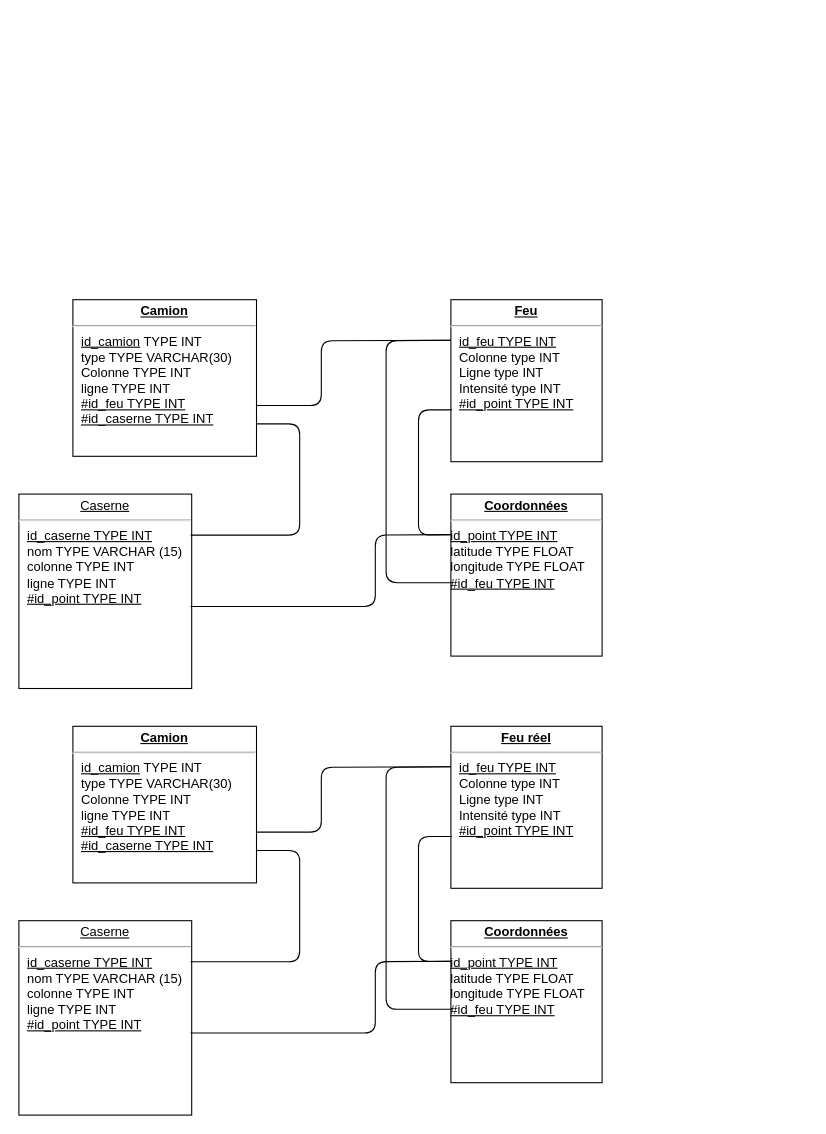
Above: Archi_Schema/Schema_BDD.drawio in SimSua/projet_transversal (draw.io), before the change. Source tidied: cells renumbered, new cells numbered last; positions are measured from the earlier drawing's top-left corner, leaving out a move shared by most shapes. Both pictures are drawn from the tidied source at 108%, with x=0, y=0 at pixel (18, 299).
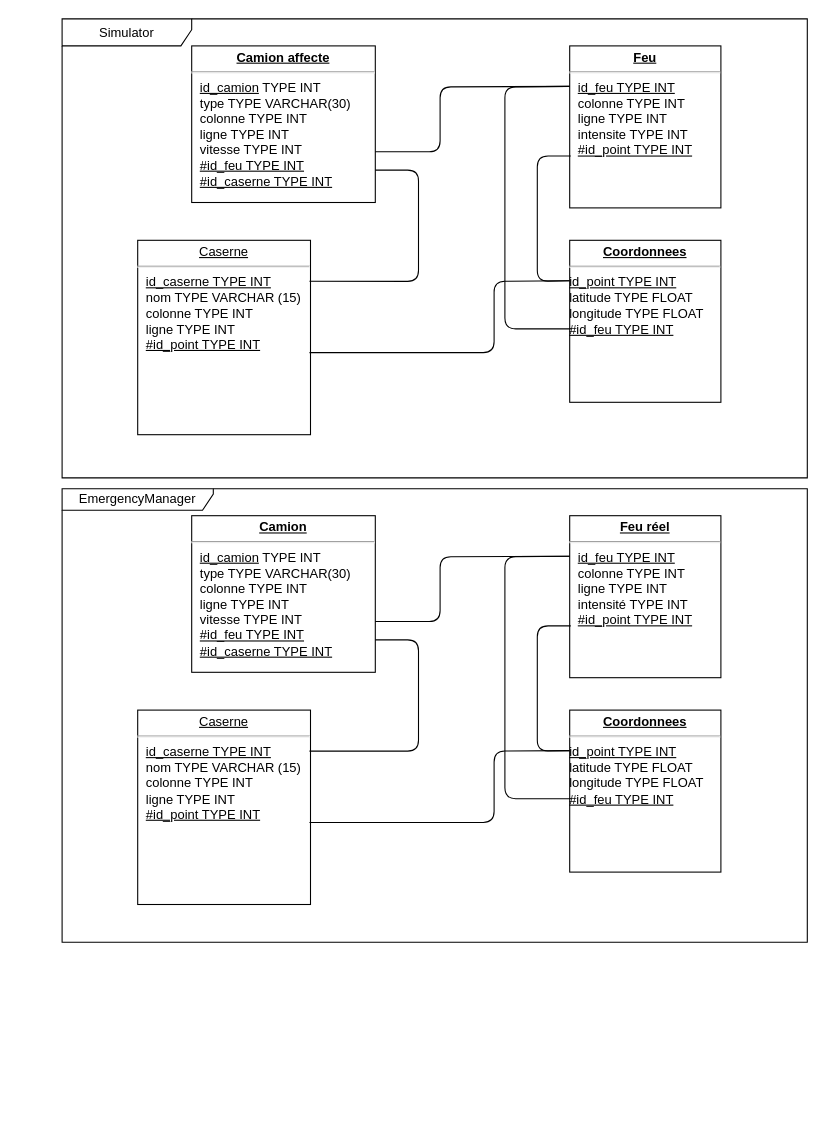
After the change.

Commit message (it also covers changes not shown here):
Add TODO + add diagramme

What changed in the source:
```diff
@@
+    <mxCell id="20" value="EmergencyManager" style="shape=umlFrame;whiteSpace=wrap;html=1;width=140;height=20;" parent="1" vertex="1">
+      <mxGeometry x="40" y="175" width="690" height="420" as="geometry" />
+    </mxCell>
+    <mxCell id="21" value="Simulator" style="shape=umlFrame;whiteSpace=wrap;html=1;width=120;height=25;" parent="1" vertex="1">
+      <mxGeometry x="40" y="-260" width="690" height="425" as="geometry" />
+    </mxCell>
-    <mxCell id="2" value="&lt;p style=&quot;margin: 0px ; margin-top: 4px ; text-align: center ; text-decoration: underline&quot;&gt;&lt;b&gt;Camion&lt;/b&gt;&lt;/p&gt;&lt;hr&gt;&lt;p style=&quot;margin: 0px ; margin-left: 8px&quot;&gt;&lt;u&gt;id_camion&lt;/u&gt; TYPE INT&lt;br&gt;&lt;/p&gt;&lt;p style=&quot;margin: 0px ; margin-left: 8px&quot;&gt;type TYPE VARCHAR(30)&lt;/p&gt;&lt;p style=&quot;margin: 0px ; margin-left: 8px&quot;&gt;Colonne TYPE INT&lt;/p&gt;&lt;p style=&quot;margin: 0px ; margin-left: 8px&quot;&gt;ligne TYPE INT&lt;/p&gt;&lt;p style=&quot;margin: 0px ; margin-left: 8px&quot;&gt;&lt;u&gt;#id_feu TYPE INT&lt;/u&gt;&lt;/p&gt;&lt;p style=&quot;margin: 0px ; margin-left: 8px&quot;&gt;&lt;u&gt;#id_caserne TYPE INT&lt;/u&gt;&lt;br&gt;&lt;/p&gt;&lt;p style=&quot;margin: 0px ; margin-left: 8px&quot;&gt;&lt;br&gt;&lt;/p&gt;" style="verticalAlign=top;align=left;overflow=fill;fontSize=12;fontFamily=Helvetica;html=1;rounded=0;shadow=0;comic=0;labelBackgroundColor=none;strokeWidth=1;" parent="1" vertex="1">
-      <mxGeometry x="50" width="170" height="145" as="geometry" />
+    <mxCell id="2" value="&lt;p style=&quot;margin: 0px ; margin-top: 4px ; text-align: center ; text-decoration: underline&quot;&gt;&lt;b&gt;Camion affecte&lt;br&gt;&lt;/b&gt;&lt;/p&gt;&lt;hr&gt;&lt;p style=&quot;margin: 0px ; margin-left: 8px&quot;&gt;&lt;u&gt;id_camion&lt;/u&gt; TYPE INT&lt;br&gt;&lt;/p&gt;&lt;p style=&quot;margin: 0px ; margin-left: 8px&quot;&gt;type TYPE VARCHAR(30)&lt;/p&gt;&lt;p style=&quot;margin: 0px ; margin-left: 8px&quot;&gt;colonne TYPE INT&lt;/p&gt;&lt;p style=&quot;margin: 0px ; margin-left: 8px&quot;&gt;ligne TYPE INT&lt;/p&gt;&lt;p style=&quot;margin: 0px ; margin-left: 8px&quot;&gt;vitesse TYPE INT&lt;br&gt;&lt;/p&gt;&lt;p style=&quot;margin: 0px ; margin-left: 8px&quot;&gt;&lt;u&gt;#id_feu TYPE INT&lt;/u&gt;&lt;/p&gt;&lt;p style=&quot;margin: 0px ; margin-left: 8px&quot;&gt;&lt;u&gt;#id_caserne TYPE INT&lt;/u&gt;&lt;br&gt;&lt;/p&gt;&lt;p style=&quot;margin: 0px ; margin-left: 8px&quot;&gt;&lt;br&gt;&lt;/p&gt;" style="verticalAlign=top;align=left;overflow=fill;fontSize=12;fontFamily=Helvetica;html=1;rounded=0;shadow=0;comic=0;labelBackgroundColor=none;strokeWidth=1;" parent="1" vertex="1">
+      <mxGeometry x="160" y="-235" width="170" height="145" as="geometry" />
     </mxCell>
-    <mxCell id="3" value="&lt;p style=&quot;margin: 0px ; margin-top: 4px ; text-align: center ; text-decoration: underline&quot;&gt;Caserne&lt;br&gt;&lt;/p&gt;&lt;hr&gt;&lt;p style=&quot;margin: 0px ; margin-left: 8px&quot;&gt;&lt;u&gt;id_caserne TYPE INT&lt;/u&gt;&lt;/p&gt;&lt;p style=&quot;margin: 0px ; margin-left: 8px&quot;&gt;nom TYPE VARCHAR (15)&lt;/p&gt;&lt;p style=&quot;margin: 0px ; margin-left: 8px&quot;&gt;colonne TYPE INT&lt;/p&gt;&lt;p style=&quot;margin: 0px ; margin-left: 8px&quot;&gt;ligne TYPE INT&lt;/p&gt;&lt;p style=&quot;margin: 0px ; margin-left: 8px&quot;&gt;&lt;u&gt;#id_point TYPE INT&lt;/u&gt;&lt;br&gt;&lt;u&gt;&lt;/u&gt;&lt;/p&gt;&lt;p style=&quot;margin: 0px ; margin-left: 8px&quot;&gt;&lt;u&gt;&lt;/u&gt;&lt;br&gt;&lt;/p&gt;" style="verticalAlign=top;align=left;overflow=fill;fontSize=12;fontFamily=Helvetica;html=1;rounded=0;shadow=0;comic=0;labelBackgroundColor=none;strokeWidth=1;" parent="1" vertex="1">
-      <mxGeometry y="180" width="160" height="180" as="geometry" />
+    <mxCell id="3" value="&lt;p style=&quot;margin: 0px ; margin-top: 4px ; text-align: center ; text-decoration: underline&quot;&gt;Caserne &lt;br&gt;&lt;/p&gt;&lt;hr&gt;&lt;p style=&quot;margin: 0px ; margin-left: 8px&quot;&gt;&lt;u&gt;id_caserne TYPE INT&lt;/u&gt;&lt;/p&gt;&lt;p style=&quot;margin: 0px ; margin-left: 8px&quot;&gt;nom TYPE VARCHAR (15)&lt;/p&gt;&lt;p style=&quot;margin: 0px ; margin-left: 8px&quot;&gt;colonne TYPE INT&lt;/p&gt;&lt;p style=&quot;margin: 0px ; margin-left: 8px&quot;&gt;ligne TYPE INT&lt;/p&gt;&lt;p style=&quot;margin: 0px ; margin-left: 8px&quot;&gt;&lt;u&gt;#id_point TYPE INT&lt;/u&gt;&lt;br&gt;&lt;u&gt;&lt;/u&gt;&lt;/p&gt;&lt;p style=&quot;margin: 0px ; margin-left: 8px&quot;&gt;&lt;u&gt;&lt;/u&gt;&lt;br&gt;&lt;/p&gt;" style="verticalAlign=top;align=left;overflow=fill;fontSize=12;fontFamily=Helvetica;html=1;rounded=0;shadow=0;comic=0;labelBackgroundColor=none;strokeWidth=1;" parent="1" vertex="1">
+      <mxGeometry x="110" y="-55" width="160" height="180" as="geometry" />
     </mxCell>
-    <mxCell id="4" value="&lt;p style=&quot;margin: 0px ; margin-top: 4px ; text-align: center ; text-decoration: underline&quot;&gt;&lt;b&gt;Feu&lt;/b&gt;&lt;br&gt;&lt;/p&gt;&lt;hr&gt;&lt;p style=&quot;margin: 0px ; margin-left: 8px&quot;&gt;&lt;u&gt;id_feu TYPE INT&lt;/u&gt;&lt;br&gt;&lt;/p&gt;&lt;p style=&quot;margin: 0px ; margin-left: 8px&quot;&gt;Colonne type INT&lt;/p&gt;&lt;p style=&quot;margin: 0px ; margin-left: 8px&quot;&gt;Ligne type INT&lt;/p&gt;&lt;p style=&quot;margin: 0px ; margin-left: 8px&quot;&gt;Intensité type INT&lt;/p&gt;&lt;p style=&quot;margin: 0px ; margin-left: 8px&quot;&gt;&lt;u&gt;#id_point TYPE INT&lt;/u&gt;&lt;br&gt;&lt;/p&gt;" style="verticalAlign=top;align=left;overflow=fill;fontSize=12;fontFamily=Helvetica;html=1;rounded=0;shadow=0;comic=0;labelBackgroundColor=none;strokeWidth=1;" parent="1" vertex="1">
-      <mxGeometry x="400" width="140" height="150" as="geometry" />
+    <mxCell id="4" value="&lt;p style=&quot;margin: 0px ; margin-top: 4px ; text-align: center ; text-decoration: underline&quot;&gt;&lt;b&gt;Feu&lt;/b&gt;&lt;br&gt;&lt;/p&gt;&lt;hr&gt;&lt;p style=&quot;margin: 0px ; margin-left: 8px&quot;&gt;&lt;u&gt;id_feu TYPE INT&lt;/u&gt;&lt;br&gt;&lt;/p&gt;&lt;p style=&quot;margin: 0px ; margin-left: 8px&quot;&gt;colonne TYPE INT&lt;/p&gt;&lt;p style=&quot;margin: 0px ; margin-left: 8px&quot;&gt;ligne TYPE INT&lt;/p&gt;&lt;p style=&quot;margin: 0px ; margin-left: 8px&quot;&gt;intensite TYPE INT&lt;/p&gt;&lt;p style=&quot;margin: 0px ; margin-left: 8px&quot;&gt;&lt;u&gt;#id_point TYPE INT&lt;/u&gt;&lt;br&gt;&lt;/p&gt;" style="verticalAlign=top;align=left;overflow=fill;fontSize=12;fontFamily=Helvetica;html=1;rounded=0;shadow=0;comic=0;labelBackgroundColor=none;strokeWidth=1;" parent="1" vertex="1">
+      <mxGeometry x="510" y="-235" width="140" height="150" as="geometry" />
     </mxCell>
-    <mxCell id="5" value="&lt;p style=&quot;margin: 0px ; margin-top: 4px ; text-align: center ; text-decoration: underline&quot;&gt;&lt;b&gt;Coordonnées&lt;/b&gt;&lt;br&gt;&lt;/p&gt;&lt;hr&gt;&lt;div&gt;&lt;u&gt;id_point TYPE INT&lt;/u&gt;&lt;/div&gt;&lt;div&gt;latitude TYPE FLOAT&lt;/div&gt;&lt;div&gt;longitude TYPE FLOAT&lt;/div&gt;&lt;div&gt;&lt;u&gt;#id_feu TYPE INT&lt;br&gt;&lt;/u&gt;&lt;/div&gt;&lt;div&gt;&lt;br&gt;&lt;/div&gt;" style="verticalAlign=top;align=left;overflow=fill;fontSize=12;fontFamily=Helvetica;html=1;rounded=0;shadow=0;comic=0;labelBackgroundColor=none;strokeWidth=1;" parent="1" vertex="1">
-      <mxGeometry x="400" y="180" width="140" height="150" as="geometry" />
+    <mxCell id="5" value="&lt;p style=&quot;margin: 0px ; margin-top: 4px ; text-align: center ; text-decoration: underline&quot;&gt;&lt;b&gt;Coordonnees&lt;/b&gt;&lt;br&gt;&lt;/p&gt;&lt;hr&gt;&lt;div&gt;&lt;u&gt;id_point TYPE INT&lt;/u&gt;&lt;/div&gt;&lt;div&gt;latitude TYPE FLOAT&lt;/div&gt;&lt;div&gt;longitude TYPE FLOAT&lt;/div&gt;&lt;div&gt;&lt;u&gt;#id_feu TYPE INT&lt;br&gt;&lt;/u&gt;&lt;/div&gt;&lt;div&gt;&lt;br&gt;&lt;/div&gt;" style="verticalAlign=top;align=left;overflow=fill;fontSize=12;fontFamily=Helvetica;html=1;rounded=0;shadow=0;comic=0;labelBackgroundColor=none;strokeWidth=1;" parent="1" vertex="1">
+      <mxGeometry x="510" y="-55" width="140" height="150" as="geometry" />
     </mxCell>
     <mxCell id="6" style="endArrow=none;html=1;entryX=0.994;entryY=0.211;entryDx=0;entryDy=0;entryPerimeter=0;" parent="1" edge="1" target="3">
       <mxGeometry relative="1" as="geometry">
-        <mxPoint x="220" y="115" as="sourcePoint" />
+        <mxPoint x="330" y="-120" as="sourcePoint" />
         <Array as="points">
-          <mxPoint x="260" y="115" />
-          <mxPoint x="260" y="218" />
+          <mxPoint x="370" y="-120" />
+          <mxPoint x="370" y="-17" />
         </Array>
       </mxGeometry>
     </mxCell>
     <mxCell id="7" style="endArrow=none;html=1;entryX=0;entryY=0.25;entryDx=0;entryDy=0;exitX=0.007;exitY=0.547;exitDx=0;exitDy=0;exitPerimeter=0;" parent="1" edge="1" source="5" target="4">
       <mxGeometry relative="1" as="geometry">
         <Array as="points">
-          <mxPoint x="340" y="262" />
-          <mxPoint x="340" y="38" />
+          <mxPoint x="450" y="27" />
+          <mxPoint x="450" y="-197" />
         </Array>
       </mxGeometry>
     </mxCell>
     <mxCell id="8" style="endArrow=none;html=1;exitX=1;exitY=0.676;exitDx=0;exitDy=0;exitPerimeter=0;entryX=0;entryY=0.25;entryDx=0;entryDy=0;" parent="1" edge="1" source="2" target="4">
       <mxGeometry relative="1" as="geometry">
         <Array as="points">
-          <mxPoint x="280" y="98" />
-          <mxPoint x="280" y="38" />
+          <mxPoint x="390" y="-137" />
+          <mxPoint x="390" y="-197" />
         </Array>
       </mxGeometry>
     </mxCell>
     <mxCell id="9" style="endArrow=none;html=1;exitX=0.994;exitY=0.578;exitDx=0;exitDy=0;exitPerimeter=0;entryX=0;entryY=0.25;entryDx=0;entryDy=0;" parent="1" edge="1" source="3" target="5">
       <mxGeometry relative="1" as="geometry">
         <Array as="points">
-          <mxPoint x="330" y="284" />
-          <mxPoint x="330" y="218" />
+          <mxPoint x="440" y="49" />
+          <mxPoint x="440" y="-17" />
         </Array>
       </mxGeometry>
     </mxCell>
     <mxCell id="10" style="endArrow=none;html=1;entryX=0;entryY=0.25;entryDx=0;entryDy=0;exitX=0.007;exitY=0.68;exitDx=0;exitDy=0;exitPerimeter=0;" parent="1" edge="1" source="4" target="5">
       <mxGeometry relative="1" as="geometry">
         <Array as="points">
-          <mxPoint x="370" y="102" />
-          <mxPoint x="370" y="218" />
+          <mxPoint x="480" y="-133" />
+          <mxPoint x="480" y="-17" />
         </Array>
       </mxGeometry>
     </mxCell>
-    <mxCell id="11" value="&lt;p style=&quot;margin: 0px ; margin-top: 4px ; text-align: center ; text-decoration: underline&quot;&gt;&lt;b&gt;Camion&lt;/b&gt;&lt;/p&gt;&lt;hr&gt;&lt;p style=&quot;margin: 0px ; margin-left: 8px&quot;&gt;&lt;u&gt;id_camion&lt;/u&gt; TYPE INT&lt;br&gt;&lt;/p&gt;&lt;p style=&quot;margin: 0px ; margin-left: 8px&quot;&gt;type TYPE VARCHAR(30)&lt;/p&gt;&lt;p style=&quot;margin: 0px ; margin-left: 8px&quot;&gt;Colonne TYPE INT&lt;/p&gt;&lt;p style=&quot;margin: 0px ; margin-left: 8px&quot;&gt;ligne TYPE INT&lt;/p&gt;&lt;p style=&quot;margin: 0px ; margin-left: 8px&quot;&gt;&lt;u&gt;#id_feu TYPE INT&lt;/u&gt;&lt;/p&gt;&lt;p style=&quot;margin: 0px ; margin-left: 8px&quot;&gt;&lt;u&gt;#id_caserne TYPE INT&lt;/u&gt;&lt;br&gt;&lt;/p&gt;&lt;p style=&quot;margin: 0px ; margin-left: 8px&quot;&gt;&lt;br&gt;&lt;/p&gt;" style="verticalAlign=top;align=left;overflow=fill;fontSize=12;fontFamily=Helvetica;html=1;rounded=0;shadow=0;comic=0;labelBackgroundColor=none;strokeWidth=1;" parent="1" vertex="1">
-      <mxGeometry x="50" y="395" width="170" height="145" as="geometry" />
+    <mxCell id="11" value="&lt;p style=&quot;margin: 0px ; margin-top: 4px ; text-align: center ; text-decoration: underline&quot;&gt;&lt;b&gt;Camion&lt;/b&gt;&lt;/p&gt;&lt;hr&gt;&lt;p style=&quot;margin: 0px ; margin-left: 8px&quot;&gt;&lt;u&gt;id_camion&lt;/u&gt; TYPE INT&lt;br&gt;&lt;/p&gt;&lt;p style=&quot;margin: 0px ; margin-left: 8px&quot;&gt;type TYPE VARCHAR(30)&lt;/p&gt;&lt;p style=&quot;margin: 0px ; margin-left: 8px&quot;&gt;colonne TYPE INT&lt;/p&gt;&lt;p style=&quot;margin: 0px ; margin-left: 8px&quot;&gt;ligne TYPE INT&lt;/p&gt;&lt;p style=&quot;margin: 0px ; margin-left: 8px&quot;&gt;vitesse TYPE INT&lt;br&gt;&lt;/p&gt;&lt;p style=&quot;margin: 0px ; margin-left: 8px&quot;&gt;&lt;u&gt;#id_feu TYPE INT&lt;/u&gt;&lt;/p&gt;&lt;p style=&quot;margin: 0px ; margin-left: 8px&quot;&gt;&lt;u&gt;#id_caserne TYPE INT&lt;/u&gt;&lt;br&gt;&lt;/p&gt;&lt;p style=&quot;margin: 0px ; margin-left: 8px&quot;&gt;&lt;br&gt;&lt;/p&gt;" style="verticalAlign=top;align=left;overflow=fill;fontSize=12;fontFamily=Helvetica;html=1;rounded=0;shadow=0;comic=0;labelBackgroundColor=none;strokeWidth=1;" parent="1" vertex="1">
+      <mxGeometry x="160" y="200" width="170" height="145" as="geometry" />
     </mxCell>
     <mxCell id="12" value="&lt;p style=&quot;margin: 0px ; margin-top: 4px ; text-align: center ; text-decoration: underline&quot;&gt;Caserne&lt;br&gt;&lt;/p&gt;&lt;hr&gt;&lt;p style=&quot;margin: 0px ; margin-left: 8px&quot;&gt;&lt;u&gt;id_caserne TYPE INT&lt;/u&gt;&lt;/p&gt;&lt;p style=&quot;margin: 0px ; margin-left: 8px&quot;&gt;nom TYPE VARCHAR (15)&lt;/p&gt;&lt;p style=&quot;margin: 0px ; margin-left: 8px&quot;&gt;colonne TYPE INT&lt;/p&gt;&lt;p style=&quot;margin: 0px ; margin-left: 8px&quot;&gt;ligne TYPE INT&lt;/p&gt;&lt;p style=&quot;margin: 0px ; margin-left: 8px&quot;&gt;&lt;u&gt;#id_point TYPE INT&lt;/u&gt;&lt;br&gt;&lt;u&gt;&lt;/u&gt;&lt;/p&gt;&lt;p style=&quot;margin: 0px ; margin-left: 8px&quot;&gt;&lt;u&gt;&lt;/u&gt;&lt;br&gt;&lt;/p&gt;" style="verticalAlign=top;align=left;overflow=fill;fontSize=12;fontFamily=Helvetica;html=1;rounded=0;shadow=0;comic=0;labelBackgroundColor=none;strokeWidth=1;" parent="1" vertex="1">
-      <mxGeometry y="575" width="160" height="180" as="geometry" />
+      <mxGeometry x="110" y="380" width="160" height="180" as="geometry" />
     </mxCell>
-    <mxCell id="13" value="&lt;p style=&quot;margin: 0px ; margin-top: 4px ; text-align: center ; text-decoration: underline&quot;&gt;&lt;b&gt;Feu réel&lt;/b&gt;&lt;br&gt;&lt;/p&gt;&lt;hr&gt;&lt;p style=&quot;margin: 0px ; margin-left: 8px&quot;&gt;&lt;u&gt;id_feu TYPE INT&lt;/u&gt;&lt;br&gt;&lt;/p&gt;&lt;p style=&quot;margin: 0px ; margin-left: 8px&quot;&gt;Colonne type INT&lt;/p&gt;&lt;p style=&quot;margin: 0px ; margin-left: 8px&quot;&gt;Ligne type INT&lt;/p&gt;&lt;p style=&quot;margin: 0px ; margin-left: 8px&quot;&gt;Intensité type INT&lt;/p&gt;&lt;p style=&quot;margin: 0px ; margin-left: 8px&quot;&gt;&lt;u&gt;#id_point TYPE INT&lt;/u&gt;&lt;br&gt;&lt;/p&gt;" style="verticalAlign=top;align=left;overflow=fill;fontSize=12;fontFamily=Helvetica;html=1;rounded=0;shadow=0;comic=0;labelBackgroundColor=none;strokeWidth=1;" parent="1" vertex="1">
-      <mxGeometry x="400" y="395" width="140" height="150" as="geometry" />
+    <mxCell id="13" value="&lt;p style=&quot;margin: 0px ; margin-top: 4px ; text-align: center ; text-decoration: underline&quot;&gt;&lt;b&gt;Feu réel&lt;/b&gt;&lt;br&gt;&lt;/p&gt;&lt;hr&gt;&lt;p style=&quot;margin: 0px ; margin-left: 8px&quot;&gt;&lt;u&gt;id_feu TYPE INT&lt;/u&gt;&lt;br&gt;&lt;/p&gt;&lt;p style=&quot;margin: 0px ; margin-left: 8px&quot;&gt;colonne TYPE INT&lt;/p&gt;&lt;p style=&quot;margin: 0px ; margin-left: 8px&quot;&gt;ligne TYPE INT&lt;/p&gt;&lt;p style=&quot;margin: 0px ; margin-left: 8px&quot;&gt;intensité TYPE INT&lt;/p&gt;&lt;p style=&quot;margin: 0px ; margin-left: 8px&quot;&gt;&lt;u&gt;#id_point TYPE INT&lt;/u&gt;&lt;br&gt;&lt;/p&gt;" style="verticalAlign=top;align=left;overflow=fill;fontSize=12;fontFamily=Helvetica;html=1;rounded=0;shadow=0;comic=0;labelBackgroundColor=none;strokeWidth=1;" parent="1" vertex="1">
+      <mxGeometry x="510" y="200" width="140" height="150" as="geometry" />
     </mxCell>
-    <mxCell id="14" value="&lt;p style=&quot;margin: 0px ; margin-top: 4px ; text-align: center ; text-decoration: underline&quot;&gt;&lt;b&gt;Coordonnées&lt;/b&gt;&lt;br&gt;&lt;/p&gt;&lt;hr&gt;&lt;div&gt;&lt;u&gt;id_point TYPE INT&lt;/u&gt;&lt;/div&gt;&lt;div&gt;latitude TYPE FLOAT&lt;/div&gt;&lt;div&gt;longitude TYPE FLOAT&lt;/div&gt;&lt;div&gt;&lt;u&gt;#id_feu TYPE INT&lt;br&gt;&lt;/u&gt;&lt;/div&gt;&lt;div&gt;&lt;br&gt;&lt;/div&gt;" style="verticalAlign=top;align=left;overflow=fill;fontSize=12;fontFamily=Helvetica;html=1;rounded=0;shadow=0;comic=0;labelBackgroundColor=none;strokeWidth=1;" parent="1" vertex="1">
-      <mxGeometry x="400" y="575" width="140" height="150" as="geometry" />
+    <mxCell id="14" value="&lt;p style=&quot;margin: 0px ; margin-top: 4px ; text-align: center ; text-decoration: underline&quot;&gt;&lt;b&gt;Coordonnees&lt;/b&gt;&lt;br&gt;&lt;/p&gt;&lt;hr&gt;&lt;div&gt;&lt;u&gt;id_point TYPE INT&lt;/u&gt;&lt;/div&gt;&lt;div&gt;latitude TYPE FLOAT&lt;/div&gt;&lt;div&gt;longitude TYPE FLOAT&lt;/div&gt;&lt;div&gt;&lt;u&gt;#id_feu TYPE INT&lt;br&gt;&lt;/u&gt;&lt;/div&gt;&lt;div&gt;&lt;br&gt;&lt;/div&gt;" style="verticalAlign=top;align=left;overflow=fill;fontSize=12;fontFamily=Helvetica;html=1;rounded=0;shadow=0;comic=0;labelBackgroundColor=none;strokeWidth=1;" parent="1" vertex="1">
+      <mxGeometry x="510" y="380" width="140" height="150" as="geometry" />
     </mxCell>
     <mxCell id="15" style="endArrow=none;html=1;entryX=0.994;entryY=0.211;entryDx=0;entryDy=0;entryPerimeter=0;" parent="1" edge="1" target="12">
       <mxGeometry relative="1" as="geometry">
-        <mxPoint x="220" y="510" as="sourcePoint" />
+        <mxPoint x="330" y="315" as="sourcePoint" />
         <Array as="points">
-          <mxPoint x="260" y="510" />
-          <mxPoint x="260" y="613" />
+          <mxPoint x="370" y="315" />
+          <mxPoint x="370" y="418" />
         </Array>
       </mxGeometry>
     </mxCell>
     <mxCell id="16" style="endArrow=none;html=1;entryX=0;entryY=0.25;entryDx=0;entryDy=0;exitX=0.007;exitY=0.547;exitDx=0;exitDy=0;exitPerimeter=0;" parent="1" edge="1" source="14" target="13">
       <mxGeometry relative="1" as="geometry">
         <Array as="points">
-          <mxPoint x="340" y="657" />
-          <mxPoint x="340" y="433" />
+          <mxPoint x="450" y="462" />
+          <mxPoint x="450" y="238" />
         </Array>
       </mxGeometry>
     </mxCell>
     <mxCell id="17" style="endArrow=none;html=1;exitX=1;exitY=0.676;exitDx=0;exitDy=0;exitPerimeter=0;entryX=0;entryY=0.25;entryDx=0;entryDy=0;" parent="1" edge="1" source="11" target="13">
       <mxGeometry relative="1" as="geometry">
         <Array as="points">
-          <mxPoint x="280" y="493" />
-          <mxPoint x="280" y="433" />
+          <mxPoint x="390" y="298" />
+          <mxPoint x="390" y="238" />
         </Array>
       </mxGeometry>
     </mxCell>
     <mxCell id="18" style="endArrow=none;html=1;exitX=0.994;exitY=0.578;exitDx=0;exitDy=0;exitPerimeter=0;entryX=0;entryY=0.25;entryDx=0;entryDy=0;" parent="1" edge="1" source="12" target="14">
       <mxGeometry relative="1" as="geometry">
         <Array as="points">
-          <mxPoint x="330" y="679" />
-          <mxPoint x="330" y="613" />
+          <mxPoint x="440" y="484" />
+          <mxPoint x="440" y="418" />
         </Array>
       </mxGeometry>
     </mxCell>
     <mxCell id="19" style="endArrow=none;html=1;entryX=0;entryY=0.25;entryDx=0;entryDy=0;exitX=0.007;exitY=0.68;exitDx=0;exitDy=0;exitPerimeter=0;" parent="1" edge="1" source="13" target="14">
       <mxGeometry relative="1" as="geometry">
         <Array as="points">
-          <mxPoint x="370" y="497" />
-          <mxPoint x="370" y="613" />
+          <mxPoint x="480" y="302" />
+          <mxPoint x="480" y="418" />
         </Array>
       </mxGeometry>
     </mxCell>
```
